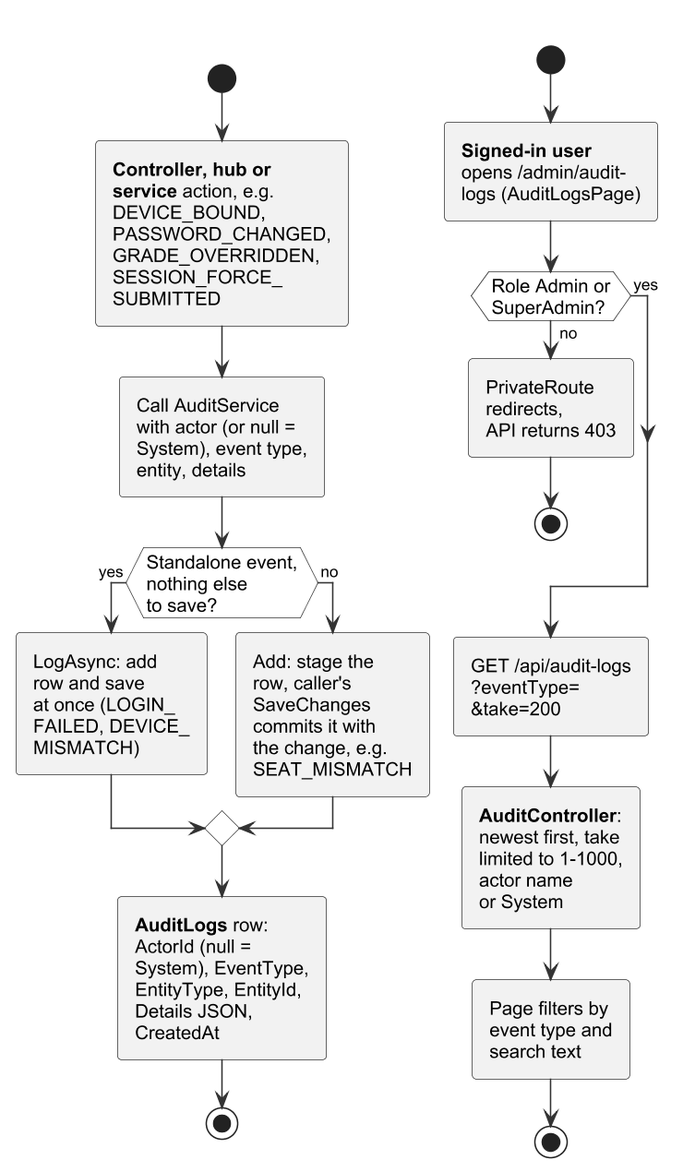
Before: important docs/fyp_doc_3chatp/Figures/activity_audit.png, a diagram exported from PlantUML (Haiderali27-hub/AI-Lab-Monitoring-).
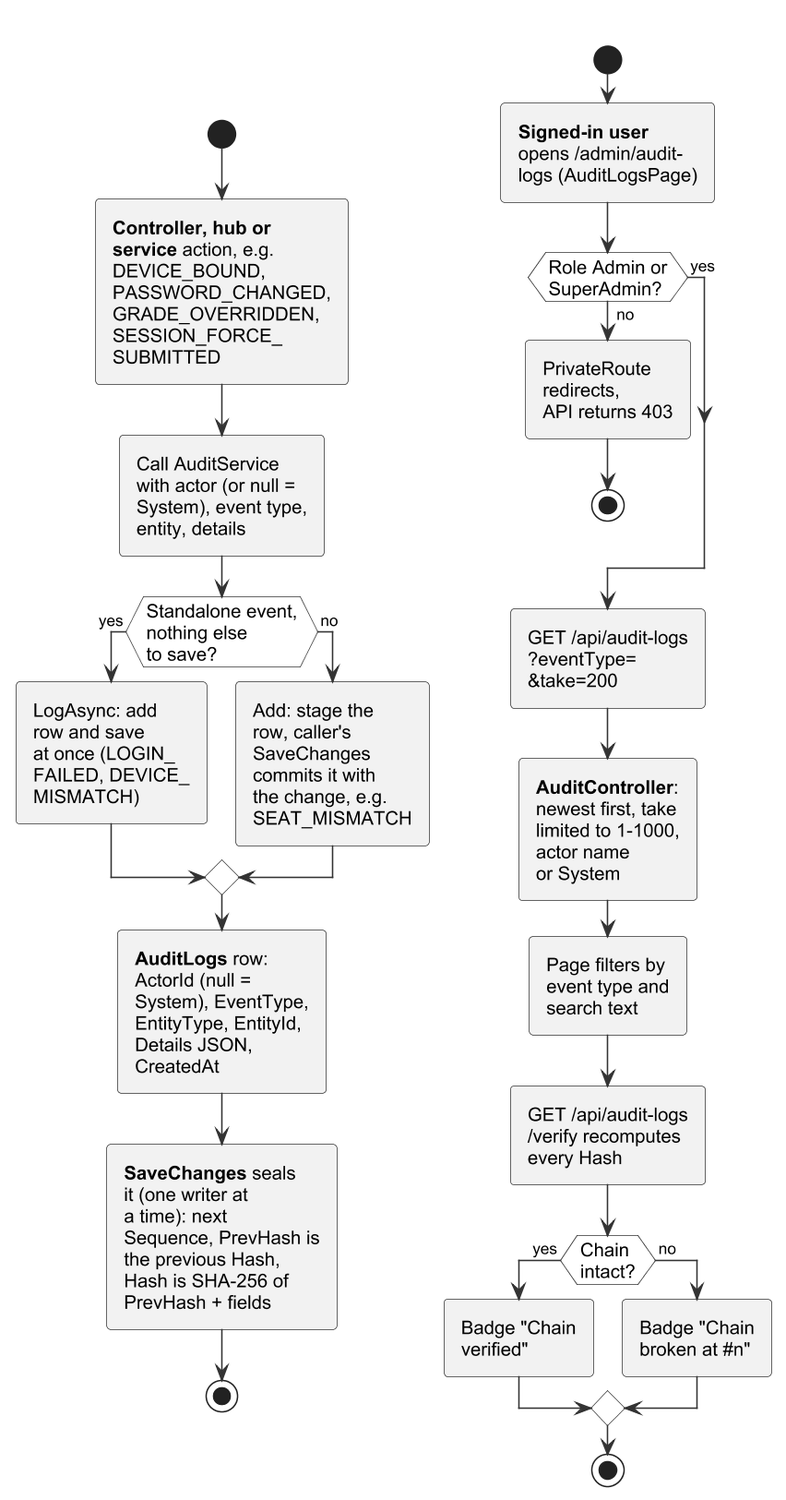
After the commit.

Diff of the diagram source:
```diff
@@ -37,6 +37,13 @@
   EntityType, EntityId,
   Details JSON,
   CreatedAt;
+  :<b>SaveChanges</b> seals
+  it (one writer at
+  a time): next
+  Sequence, PrevHash is
+  the previous Hash,
+  Hash is SHA-256 of
+  PrevHash + fields;
   stop
 split again
   -[hidden]->
@@ -62,6 +69,16 @@
   :Page filters by
   event type and
   search text;
+  :GET /api/audit-logs
+  /verify recomputes
+  every Hash;
+  if (Chain\nintact?) then (yes)
+    :Badge "Chain
+    verified";
+  else (no)
+    :Badge "Chain
+    broken at #n";
+  endif
   stop
 end split
 @enduml
```
